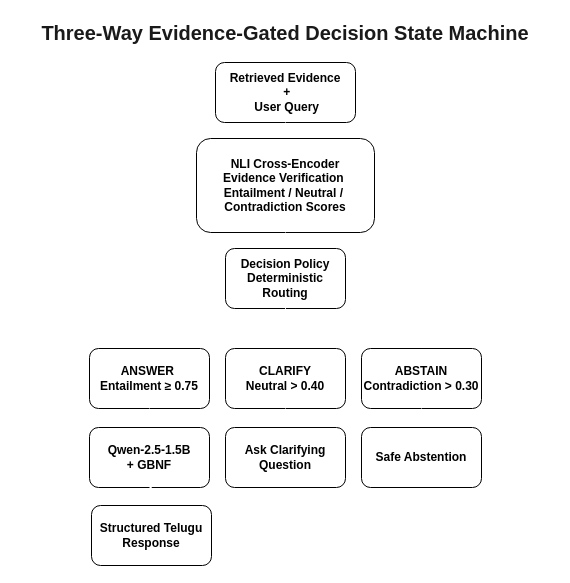
Before: docs/figures/phase2_three_way_decision.drawio in Khushhiii08/AquaAssist, a draw.io diagram. Source tidied: cells renumbered, new cells numbered last; positions are measured from the earlier drawing's top-left corner, leaving out a move shared by most shapes. Both pictures are drawn from the tidied source at 100%, with x=0, y=0 at pixel (17, 17).
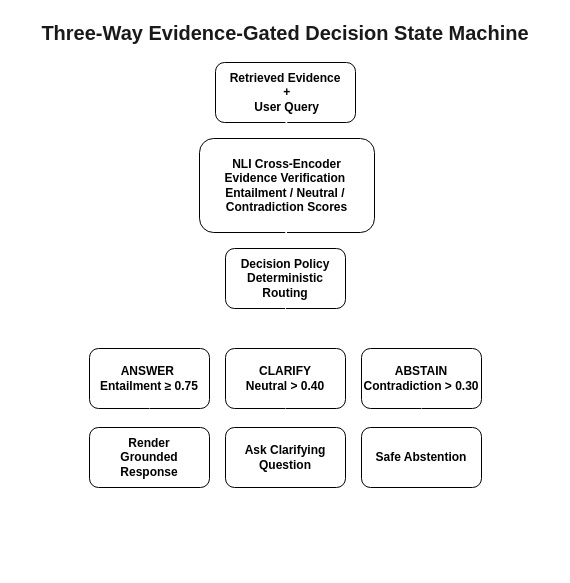
The same page after the edit.

Change to the diagram source:
```diff
@@
     <mxCell id="4" value="&lt;span&gt;NLI Cross-Encoder&lt;/span&gt;&lt;div&gt;&lt;span&gt;Evidence Verification&amp;nbsp;&lt;/span&gt;&lt;/div&gt;&lt;div&gt;&lt;span style=&quot;background-color: transparent; color: light-dark(rgb(0, 0, 0), rgb(255, 255, 255));&quot;&gt;Entailment /&amp;nbsp;&lt;/span&gt;&lt;span style=&quot;background-color: transparent; color: light-dark(rgb(0, 0, 0), rgb(255, 255, 255));&quot;&gt;Neutral /&amp;nbsp;&lt;/span&gt;&lt;/div&gt;&lt;div&gt;&lt;span style=&quot;background-color: transparent; color: light-dark(rgb(0, 0, 0), rgb(255, 255, 255));&quot;&gt;Contradiction &lt;/span&gt;&lt;span style=&quot;background-color: transparent; color: light-dark(rgb(0, 0, 0), rgb(255, 255, 255));&quot;&gt;Scores&lt;/span&gt;&lt;/div&gt;" style="rounded=1;whiteSpace=wrap;html=1;fontStyle=1;" parent="1" vertex="1">
-      <mxGeometry x="179" y="121" width="178" height="94" as="geometry" />
+      <mxGeometry x="182" y="121" width="175" height="94" as="geometry" />
     </mxCell>
@@
-    <mxCell id="9" value="&lt;b&gt;Qwen-2.5-1.5B&lt;/b&gt;&lt;div&gt;&lt;b&gt;+ GBNF&lt;/b&gt;&lt;/div&gt;" style="rounded=1;whiteSpace=wrap;html=1;" parent="1" vertex="1">
+    <mxCell id="9" value="&lt;b&gt;Render&lt;br&gt;Grounded&lt;br&gt;Response&lt;/b&gt;" style="rounded=1;whiteSpace=wrap;html=1;" parent="1" vertex="1">
       <mxGeometry x="72" y="410" width="120" height="60" as="geometry" />
     </mxCell>
@@
-    <mxCell id="12" value="&lt;b&gt;Structured Telugu Response&lt;br&gt;&lt;/b&gt;" style="rounded=1;whiteSpace=wrap;html=1;" parent="1" vertex="1">
-      <mxGeometry x="74" y="488" width="120" height="60" as="geometry" />
-    </mxCell>
@@
-    <mxCell id="21" style="edgeStyle=orthogonalEdgeStyle;rounded=0;jettySize=auto;html=1;labelBackgroundColor=none;strokeColor=#FFFFFF;fontColor=default;fontStyle=1;exitX=0.5;exitY=1;exitDx=0;exitDy=0;entryX=0.5;entryY=0;entryDx=0;entryDy=0;" parent="1" edge="1" source="9" target="12">
-      <mxGeometry relative="1" as="geometry" />
-    </mxCell>
```
